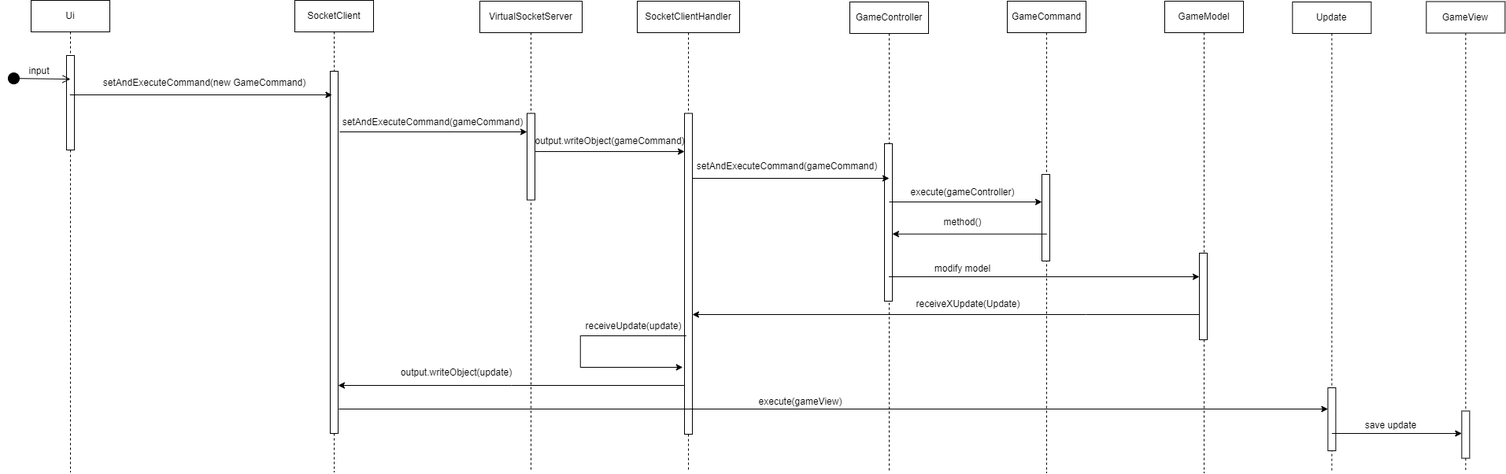
Earlier version of the draw.io export deliverables/network_documentation/socket/socket_game_flow.png (matteovolpari5/Codex-Natuarlis). Source tidied: cells renumbered, new cells last; positions are measured from the earlier drawing's top-left corner, leaving out a move shared by most shapes.
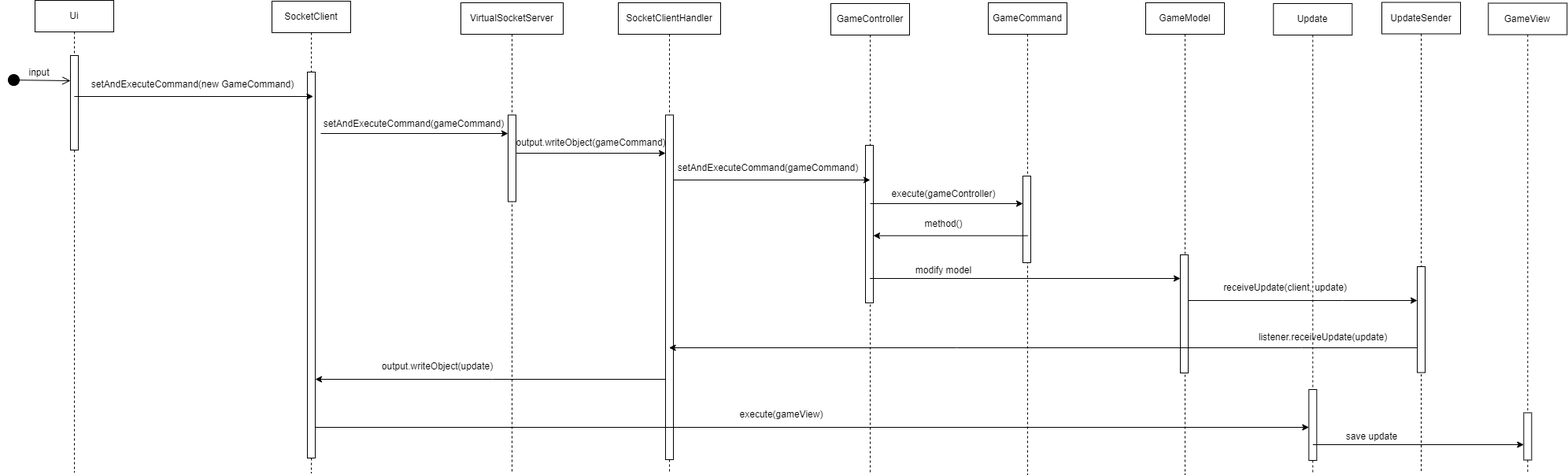
After the commit.

Commit message:
updated sequence diagram socket

What changed in the source:
```diff
@@ -3,16 +3,16 @@
     <mxCell id="0" />
     <mxCell id="1" parent="0" />
     <mxCell id="2" value="Ui" style="shape=umlLifeline;perimeter=lifelinePerimeter;whiteSpace=wrap;html=1;outlineConnect=0;portConstraint=eastwest;newEdgeStyle={&quot;edgeStyle&quot;:&quot;elbowEdgeStyle&quot;,&quot;elbow&quot;:&quot;vertical&quot;,&quot;curved&quot;:0,&quot;rounded&quot;:0};" parent="1" vertex="1">
-      <mxGeometry x="30" width="100" height="599" as="geometry" />
+      <mxGeometry x="59" y="-2" width="100" height="599" as="geometry" />
     </mxCell>
     <mxCell id="3" style="html=1;perimeter=orthogonalPerimeter;targetShapes=umlLifeline;newEdgeStyle={&quot;edgeStyle&quot;:&quot;elbowEdgeStyle&quot;,&quot;elbow&quot;:&quot;vertical&quot;,&quot;curved&quot;:0,&quot;rounded&quot;:0};" parent="2" vertex="1">
       <mxGeometry x="45" y="70" width="10" height="120" as="geometry" />
     </mxCell>
     <mxCell id="4" value="SocketClient" style="shape=umlLifeline;perimeter=lifelinePerimeter;whiteSpace=wrap;html=1;newEdgeStyle={&quot;edgeStyle&quot;:&quot;elbowEdgeStyle&quot;,&quot;elbow&quot;:&quot;vertical&quot;,&quot;curved&quot;:0,&quot;rounded&quot;:0};" parent="1" vertex="1">
-      <mxGeometry x="365" width="100" height="599" as="geometry" />
+      <mxGeometry x="360" y="-1" width="100" height="599" as="geometry" />
     </mxCell>
     <mxCell id="5" style="html=1;perimeter=orthogonalPerimeter;targetShapes=umlLifeline;newEdgeStyle={&quot;edgeStyle&quot;:&quot;elbowEdgeStyle&quot;,&quot;elbow&quot;:&quot;vertical&quot;,&quot;curved&quot;:0,&quot;rounded&quot;:0};" parent="4" vertex="1">
-      <mxGeometry x="45" y="90" width="10" height="460" as="geometry" />
+      <mxGeometry x="45" y="90" width="10" height="490" as="geometry" />
     </mxCell>
     <mxCell id="6" value="&lt;font style=&quot;font-size: 12px;&quot;&gt;setAndExecuteCommand(gameCommand)&lt;/font&gt;" style="text;html=1;align=center;verticalAlign=middle;strokeColor=none;fillColor=none;" parent="1" vertex="1">
       <mxGeometry x="415" y="140" width="250" height="30" as="geometry" />
@@ -25,8 +25,8 @@
     </mxCell>
     <mxCell id="9" value="&lt;font style=&quot;font-size: 12px;&quot;&gt;input&lt;/font&gt;" style="html=1;verticalAlign=bottom;startArrow=circle;startFill=1;endArrow=open;startSize=6;endSize=8;curved=0;rounded=0;" parent="1" edge="1">
       <mxGeometry relative="1" as="geometry">
-        <mxPoint y="99" as="sourcePoint" />
-        <mxPoint x="80" y="100" as="targetPoint" />
+        <mxPoint x="24" y="99" as="sourcePoint" />
+        <mxPoint x="104" y="100" as="targetPoint" />
       </mxGeometry>
     </mxCell>
     <mxCell id="10" style="endArrow=classic;html=1;rounded=0;" parent="1" edge="1" source="2">
@@ -35,7 +35,7 @@
       </mxGeometry>
     </mxCell>
     <mxCell id="11" value="setAndExecuteCommand(new GameCommand)" style="text;html=1;align=center;verticalAlign=middle;strokeColor=none;fillColor=none;" parent="1" vertex="1">
-      <mxGeometry x="110" y="90" width="280" height="30" as="geometry" />
+      <mxGeometry x="119" y="90" width="280" height="30" as="geometry" />
     </mxCell>
     <mxCell id="12" value="GameController" style="shape=umlLifeline;perimeter=lifelinePerimeter;whiteSpace=wrap;html=1;newEdgeStyle={&quot;edgeStyle&quot;:&quot;elbowEdgeStyle&quot;,&quot;elbow&quot;:&quot;vertical&quot;,&quot;curved&quot;:0,&quot;rounded&quot;:0};" parent="1" vertex="1">
       <mxGeometry x="1070" y="2" width="100" height="598" as="geometry" />
@@ -78,7 +78,7 @@
       <mxGeometry x="1470" y="1" width="100" height="599" as="geometry" />
     </mxCell>
     <mxCell id="22" style="html=1;points=[];perimeter=orthogonalPerimeter;outlineConnect=0;targetShapes=umlLifeline;portConstraint=eastwest;newEdgeStyle={&quot;edgeStyle&quot;:&quot;elbowEdgeStyle&quot;,&quot;elbow&quot;:&quot;vertical&quot;,&quot;curved&quot;:0,&quot;rounded&quot;:0};" parent="21" vertex="1">
-      <mxGeometry x="44" y="320" width="10" height="110" as="geometry" />
+      <mxGeometry x="44" y="320" width="10" height="150" as="geometry" />
     </mxCell>
     <mxCell id="23" style="endArrow=classic;html=1;rounded=0;" parent="1" edge="1" target="22">
       <mxGeometry relative="1" as="geometry">
@@ -88,39 +88,32 @@
     <mxCell id="24" value="modify model" style="text;html=1;align=center;verticalAlign=middle;strokeColor=none;fillColor=none;" parent="1" vertex="1">
       <mxGeometry x="1168" y="326" width="90" height="30" as="geometry" />
     </mxCell>
-    <mxCell id="25" value="receiveXUpdate(Update)" style="text;html=1;align=center;verticalAlign=middle;strokeColor=none;fillColor=none;" parent="1" vertex="1">
-      <mxGeometry x="1140" y="371" width="160" height="30" as="geometry" />
+    <mxCell id="25" value="listener.receiveUpdate(update)" style="text;html=1;align=center;verticalAlign=middle;strokeColor=none;fillColor=none;" parent="1" vertex="1">
+      <mxGeometry x="1600" y="411" width="190" height="30" as="geometry" />
     </mxCell>
-    <mxCell id="26" style="endArrow=classic;html=1;rounded=0;" parent="1" edge="1" source="22">
-      <mxGeometry relative="1" as="geometry">
-        <mxPoint x="870" y="399" as="targetPoint" />
-        <Array as="points">
-          <mxPoint x="1370" y="399" />
-        </Array>
-      </mxGeometry>
-    </mxCell>
     <mxCell id="27" value="Update" style="shape=umlLifeline;perimeter=lifelinePerimeter;whiteSpace=wrap;html=1;newEdgeStyle={&quot;edgeStyle&quot;:&quot;elbowEdgeStyle&quot;,&quot;elbow&quot;:&quot;vertical&quot;,&quot;curved&quot;:0,&quot;rounded&quot;:0};" parent="1" vertex="1">
       <mxGeometry x="1632.3" y="2" width="100" height="598" as="geometry" />
     </mxCell>
     <mxCell id="28" style="html=1;points=[];perimeter=orthogonalPerimeter;outlineConnect=0;targetShapes=umlLifeline;portConstraint=eastwest;newEdgeStyle={&quot;edgeStyle&quot;:&quot;elbowEdgeStyle&quot;,&quot;elbow&quot;:&quot;vertical&quot;,&quot;curved&quot;:0,&quot;rounded&quot;:0};" parent="27" vertex="1">
-      <mxGeometry x="45" y="490" width="10" height="80" as="geometry" />
+      <mxGeometry x="45" y="490" width="10" height="90" as="geometry" />
     </mxCell>
     <mxCell id="29" value="execute(gameView)" style="text;html=1;align=center;verticalAlign=middle;strokeColor=none;fillColor=none;" parent="1" vertex="1">
-      <mxGeometry x="942.3" y="495" width="130" height="30" as="geometry" />
+      <mxGeometry x="942.3" y="509" width="130" height="30" as="geometry" />
     </mxCell>
     <mxCell id="30" value="GameView" style="shape=umlLifeline;perimeter=lifelinePerimeter;whiteSpace=wrap;html=1;newEdgeStyle={&quot;edgeStyle&quot;:&quot;elbowEdgeStyle&quot;,&quot;elbow&quot;:&quot;vertical&quot;,&quot;curved&quot;:0,&quot;rounded&quot;:0};" parent="1" vertex="1">
-      <mxGeometry x="1802.3" y="1.5" width="100" height="598" as="geometry" />
+      <mxGeometry x="1905.3" y="1.5" width="100" height="598" as="geometry" />
     </mxCell>
     <mxCell id="31" style="html=1;points=[];perimeter=orthogonalPerimeter;outlineConnect=0;targetShapes=umlLifeline;portConstraint=eastwest;newEdgeStyle={&quot;edgeStyle&quot;:&quot;elbowEdgeStyle&quot;,&quot;elbow&quot;:&quot;vertical&quot;,&quot;curved&quot;:0,&quot;rounded&quot;:0};" parent="30" vertex="1">
       <mxGeometry x="45" y="520" width="10" height="60" as="geometry" />
     </mxCell>
-    <mxCell id="32" style="endArrow=classic;html=1;rounded=0;" parent="1" edge="1" target="31">
+    <mxCell id="32" style="endArrow=classic;html=1;rounded=0;" parent="1" edge="1">
       <mxGeometry relative="1" as="geometry">
-        <mxPoint x="1682.3" y="550" as="sourcePoint" />
+        <mxPoint x="1682.3" y="562" as="sourcePoint" />
+        <mxPoint x="1950.3" y="562" as="targetPoint" />
       </mxGeometry>
     </mxCell>
     <mxCell id="33" value="save update" style="text;html=1;align=center;verticalAlign=middle;strokeColor=none;fillColor=none;" parent="1" vertex="1">
-      <mxGeometry x="1712.3" y="525" width="90" height="30" as="geometry" />
+      <mxGeometry x="1712.3" y="537" width="90" height="30" as="geometry" />
     </mxCell>
     <mxCell id="34" value="VirtualSocketServer" style="shape=umlLifeline;perimeter=lifelinePerimeter;whiteSpace=wrap;html=1;newEdgeStyle={&quot;edgeStyle&quot;:&quot;elbowEdgeStyle&quot;,&quot;elbow&quot;:&quot;vertical&quot;,&quot;curved&quot;:0,&quot;rounded&quot;:0};" parent="1" vertex="1">
       <mxGeometry x="600" y="1" width="130" height="598" as="geometry" />
@@ -132,7 +125,7 @@
       <mxGeometry x="800" y="1" width="130" height="598" as="geometry" />
     </mxCell>
     <mxCell id="37" style="html=1;perimeter=orthogonalPerimeter;targetShapes=umlLifeline;newEdgeStyle={&quot;edgeStyle&quot;:&quot;elbowEdgeStyle&quot;,&quot;elbow&quot;:&quot;vertical&quot;,&quot;curved&quot;:0,&quot;rounded&quot;:0};" parent="36" vertex="1">
-      <mxGeometry x="60" y="142.5" width="10" height="407.5" as="geometry" />
+      <mxGeometry x="60" y="142.5" width="10" height="437.5" as="geometry" />
     </mxCell>
     <mxCell id="38" style="endArrow=classic;html=1;rounded=0;" parent="1" edge="1" source="35">
       <mxGeometry relative="1" as="geometry">
@@ -141,36 +134,50 @@
     </mxCell>
     <mxCell id="39" style="endArrow=classic;html=1;rounded=0;" parent="1" edge="1">
       <mxGeometry relative="1" as="geometry">
-        <mxPoint x="860" y="489" as="sourcePoint" />
-        <mxPoint x="420" y="489" as="targetPoint" />
+        <mxPoint x="860" y="479" as="sourcePoint" />
+        <mxPoint x="415" y="479" as="targetPoint" />
         <Array as="points">
-          <mxPoint x="640" y="489" />
+          <mxPoint x="640" y="479" />
         </Array>
       </mxGeometry>
     </mxCell>
     <mxCell id="40" value="&lt;font style=&quot;font-size: 12px;&quot;&gt;output.writeObject(update)&lt;/font&gt;" style="text;html=1;align=center;verticalAlign=middle;strokeColor=none;fillColor=none;" parent="1" vertex="1">
-      <mxGeometry x="490" y="458" width="160" height="30" as="geometry" />
+      <mxGeometry x="490" y="448" width="160" height="30" as="geometry" />
     </mxCell>
-    <mxCell id="41" value="receiveUpdate(update)" style="text;html=1;align=center;verticalAlign=middle;strokeColor=none;fillColor=none;" parent="1" vertex="1">
-      <mxGeometry x="720" y="399" width="150" height="30" as="geometry" />
-    </mxCell>
-    <mxCell id="42" style="endArrow=classic;html=1;rounded=0;" parent="1" edge="1">
-      <mxGeometry relative="1" as="geometry">
-        <mxPoint x="862.2" y="426" as="sourcePoint" />
-        <mxPoint x="857.8" y="466" as="targetPoint" />
-        <Array as="points">
-          <mxPoint x="727.8" y="426" />
-          <mxPoint x="727.8" y="466" />
-        </Array>
-      </mxGeometry>
-    </mxCell>
     <mxCell id="43" value="&lt;font style=&quot;font-size: 12px;&quot;&gt;output.writeObject(gameCommand)&lt;/font&gt;" style="text;html=1;align=center;verticalAlign=middle;strokeColor=none;fillColor=none;" parent="1" vertex="1">
       <mxGeometry x="660" y="164" width="210" height="30" as="geometry" />
     </mxCell>
-    <mxCell id="44" style="endArrow=classic;html=1;rounded=0;" parent="1" edge="1" target="28">
+    <mxCell id="44" style="endArrow=classic;html=1;rounded=0;" parent="1" edge="1">
       <mxGeometry relative="1" as="geometry">
-        <mxPoint x="421" y="519" as="sourcePoint" />
+        <mxPoint x="415" y="540" as="sourcePoint" />
+        <mxPoint x="1677.3" y="540" as="targetPoint" />
       </mxGeometry>
     </mxCell>
+    <mxCell id="45" value="UpdateSender" style="shape=umlLifeline;perimeter=lifelinePerimeter;whiteSpace=wrap;html=1;newEdgeStyle={&quot;edgeStyle&quot;:&quot;elbowEdgeStyle&quot;,&quot;elbow&quot;:&quot;vertical&quot;,&quot;curved&quot;:0,&quot;rounded&quot;:0};" parent="1" vertex="1">
+      <mxGeometry x="1770" y="0.5" width="100" height="598" as="geometry" />
+    </mxCell>
+    <mxCell id="46" style="html=1;points=[];perimeter=orthogonalPerimeter;outlineConnect=0;targetShapes=umlLifeline;portConstraint=eastwest;newEdgeStyle={&quot;edgeStyle&quot;:&quot;elbowEdgeStyle&quot;,&quot;elbow&quot;:&quot;vertical&quot;,&quot;curved&quot;:0,&quot;rounded&quot;:0};" parent="45" vertex="1">
+      <mxGeometry x="45" y="335.5" width="10" height="134.5" as="geometry" />
+    </mxCell>
+    <mxCell id="47" style="endArrow=classic;html=1;rounded=0;" parent="1" edge="1" source="22" target="46">
+      <mxGeometry relative="1" as="geometry">
+        <Array as="points">
+          <mxPoint x="1720" y="379" />
+        </Array>
+      </mxGeometry>
+    </mxCell>
+    <mxCell id="48" value="receiveUpdate(client, update)" style="text;html=1;align=center;verticalAlign=middle;strokeColor=none;fillColor=none;" parent="1" vertex="1">
+      <mxGeometry x="1557.3" y="348" width="180" height="30" as="geometry" />
+    </mxCell>
+    <mxCell id="26" style="endArrow=classic;html=1;rounded=0;" parent="1" edge="1">
+      <mxGeometry relative="1" as="geometry">
+        <mxPoint x="1815" y="439" as="sourcePoint" />
+        <mxPoint x="864.5" y="439" as="targetPoint" />
+        <Array as="points">
+          <mxPoint x="1668" y="439" />
+          <mxPoint x="1230" y="439" />
+        </Array>
+      </mxGeometry>
+    </mxCell>
   </root>
 </mxGraphModel>
```
